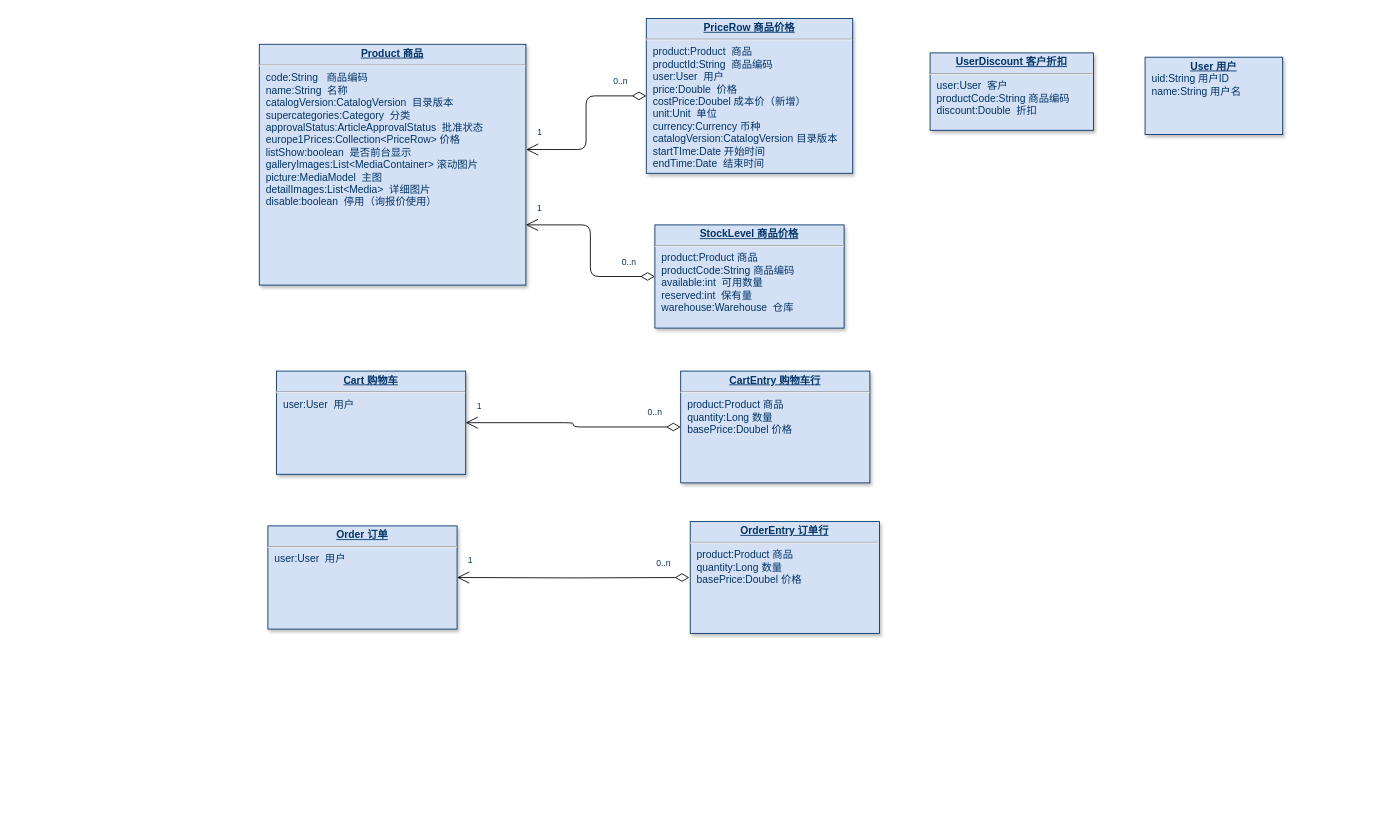
Above: 前台下单.drawio in rockywade/draw (draw.io), before the change. Source tidied: cells renumbered, new cells numbered last; positions are measured from the earlier drawing's top-left corner, leaving out a move shared by most shapes. Both pictures are drawn from the tidied source at 86%, with x=0, y=0 at pixel (259, 18).
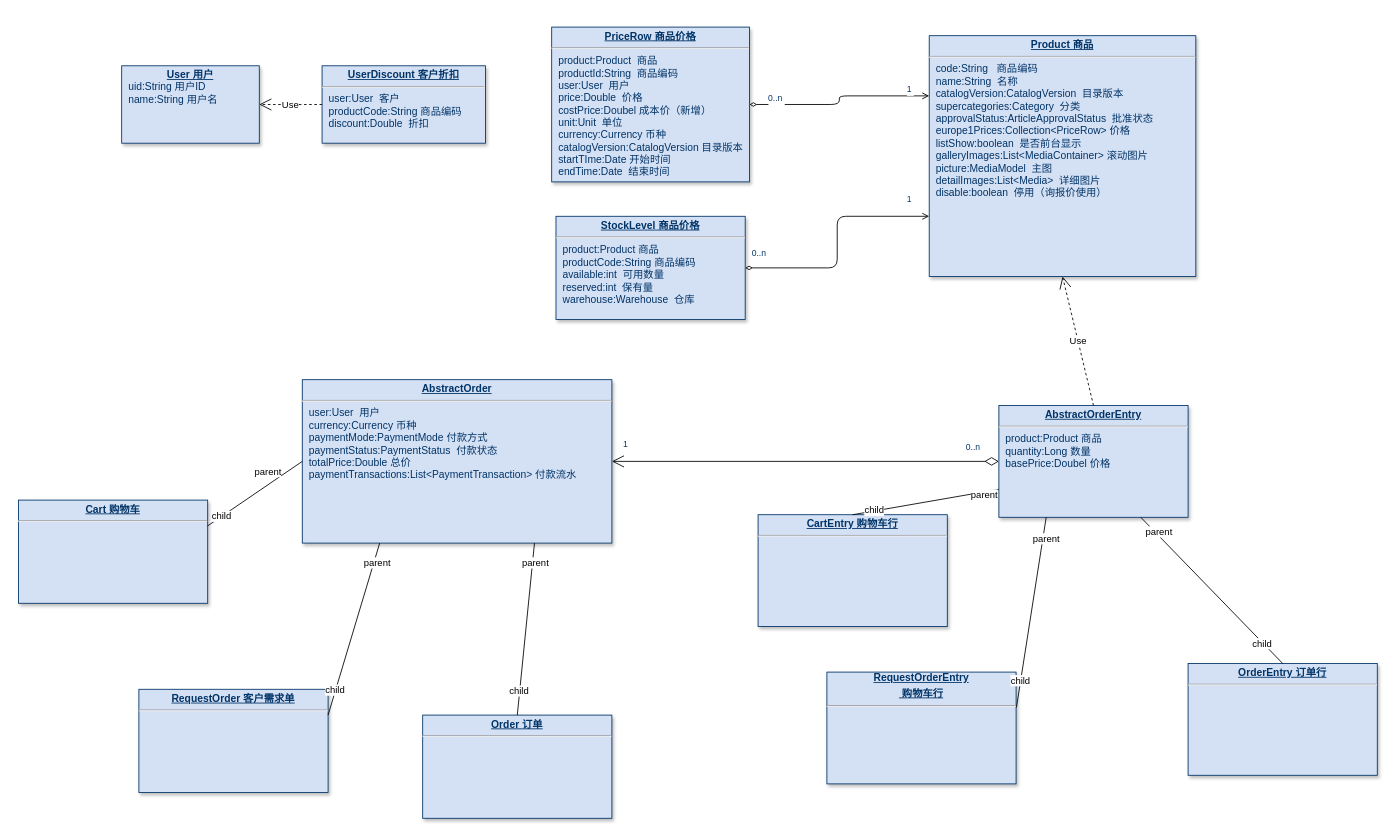
Above is the later version.

Change to the diagram source:
```diff
@@
     <mxCell id="2" value="&lt;p style=&quot;margin: 0px ; margin-top: 4px ; text-align: center ; text-decoration: underline&quot;&gt;&lt;b&gt;Product 商品&lt;/b&gt;&lt;/p&gt;&lt;hr&gt;&lt;p style=&quot;margin: 0px ; margin-left: 8px&quot;&gt;code:String&amp;nbsp; &amp;nbsp;商品编码&lt;/p&gt;&lt;p style=&quot;margin: 0px ; margin-left: 8px&quot;&gt;name:String&amp;nbsp; 名称&lt;/p&gt;&lt;p style=&quot;margin: 0px ; margin-left: 8px&quot;&gt;catalogVersion:CatalogVersion&amp;nbsp; 目录版本&lt;br&gt;&lt;/p&gt;&lt;p style=&quot;margin: 0px ; margin-left: 8px&quot;&gt;supercategories:Category&amp;nbsp; 分类&lt;br&gt;&lt;/p&gt;&lt;p style=&quot;margin: 0px ; margin-left: 8px&quot;&gt;approvalStatus:ArticleApprovalStatus&amp;nbsp; 批准状态&lt;br&gt;&lt;/p&gt;&lt;p style=&quot;margin: 0px ; margin-left: 8px&quot;&gt;europe1Prices:Collection&amp;lt;PriceRow&amp;gt; 价格&lt;br&gt;&lt;/p&gt;&lt;p style=&quot;margin: 0px ; margin-left: 8px&quot;&gt;listShow:boolean&amp;nbsp; 是否前台显示&lt;br&gt;&lt;/p&gt;&lt;p style=&quot;margin: 0px ; margin-left: 8px&quot;&gt;galleryImages:List&amp;lt;MediaContainer&amp;gt; 滚动图片&lt;br&gt;&lt;/p&gt;&lt;p style=&quot;margin: 0px ; margin-left: 8px&quot;&gt;picture:MediaModel&amp;nbsp; 主图&lt;/p&gt;&lt;p style=&quot;margin: 0px ; margin-left: 8px&quot;&gt;detailImages:List&amp;lt;Media&amp;gt;&amp;nbsp; 详细图片&lt;br&gt;&lt;/p&gt;&lt;p style=&quot;margin: 0px ; margin-left: 8px&quot;&gt;disable:boolean&amp;nbsp; 停用（询报价使用）&lt;br&gt;&lt;/p&gt;&lt;p style=&quot;margin: 0px ; margin-left: 8px&quot;&gt;&lt;br&gt;&lt;/p&gt;" style="verticalAlign=top;align=left;overflow=fill;fontSize=12;fontFamily=Helvetica;html=1;strokeColor=#003366;shadow=1;fillColor=#D4E1F5;fontColor=#003366;" parent="1" vertex="1">
-      <mxGeometry y="30" width="310" height="280" as="geometry" />
+      <mxGeometry x="779" y="20" width="310" height="280" as="geometry" />
     </mxCell>
     <mxCell id="3" value="&lt;p style=&quot;margin: 0px ; margin-top: 4px ; text-align: center ; text-decoration: underline&quot;&gt;&lt;b&gt;PriceRow 商品价格&lt;/b&gt;&lt;/p&gt;&lt;hr&gt;&lt;p style=&quot;margin: 0px ; margin-left: 8px&quot;&gt;product:Product&amp;nbsp; 商品&lt;br&gt;&lt;/p&gt;&lt;p style=&quot;margin: 0px ; margin-left: 8px&quot;&gt;productId:String&amp;nbsp; 商品编码&lt;br&gt;&lt;/p&gt;&lt;p style=&quot;margin: 0px ; margin-left: 8px&quot;&gt;user:User&amp;nbsp; 用户&lt;br&gt;&lt;/p&gt;&lt;p style=&quot;margin: 0px ; margin-left: 8px&quot;&gt;price:Double&amp;nbsp; 价格&lt;br&gt;&lt;/p&gt;&lt;p style=&quot;margin: 0px ; margin-left: 8px&quot;&gt;costPrice:Doubel 成本价（新增）&lt;/p&gt;&lt;p style=&quot;margin: 0px ; margin-left: 8px&quot;&gt;unit:Unit&amp;nbsp; 单位&lt;br&gt;&lt;/p&gt;&lt;p style=&quot;margin: 0px ; margin-left: 8px&quot;&gt;currency:Currency 币种&lt;br&gt;&lt;/p&gt;&lt;p style=&quot;margin: 0px ; margin-left: 8px&quot;&gt;catalogVersion:CatalogVersion 目录版本&lt;/p&gt;&lt;p style=&quot;margin: 0px ; margin-left: 8px&quot;&gt;startTIme:Date 开始时间&lt;/p&gt;&lt;p style=&quot;margin: 0px ; margin-left: 8px&quot;&gt;endTime:Date&amp;nbsp; 结束时间&lt;/p&gt;" style="verticalAlign=top;align=left;overflow=fill;fontSize=12;fontFamily=Helvetica;html=1;strokeColor=#003366;shadow=1;fillColor=#D4E1F5;fontColor=#003366;" parent="1" vertex="1">
-      <mxGeometry x="450" width="240" height="180" as="geometry" />
+      <mxGeometry x="340" y="10" width="230" height="180" as="geometry" />
     </mxCell>
     <mxCell id="4" value="&lt;p style=&quot;margin: 0px ; margin-top: 4px ; text-align: center ; text-decoration: underline&quot;&gt;&lt;b&gt;StockLevel 商品价格&lt;/b&gt;&lt;/p&gt;&lt;hr&gt;&lt;p style=&quot;margin: 0px ; margin-left: 8px&quot;&gt;product:Product 商品&lt;br&gt;&lt;/p&gt;&lt;p style=&quot;margin: 0px ; margin-left: 8px&quot;&gt;productCode:String 商品编码&lt;/p&gt;&lt;p style=&quot;margin: 0px ; margin-left: 8px&quot;&gt;available:int&amp;nbsp; 可用数量&lt;br&gt;&lt;/p&gt;&lt;p style=&quot;margin: 0px ; margin-left: 8px&quot;&gt;reserved:int&amp;nbsp; 保有量&lt;br&gt;&lt;/p&gt;&lt;p style=&quot;margin: 0px ; margin-left: 8px&quot;&gt;warehouse:Warehouse&amp;nbsp; 仓库&lt;br&gt;&lt;/p&gt;" style="verticalAlign=top;align=left;overflow=fill;fontSize=12;fontFamily=Helvetica;html=1;strokeColor=#003366;shadow=1;fillColor=#D4E1F5;fontColor=#003366;" parent="1" vertex="1">
-      <mxGeometry x="460" y="240" width="220" height="120" as="geometry" />
+      <mxGeometry x="345" y="230" width="220" height="120" as="geometry" />
     </mxCell>
-    <mxCell id="5" style="endArrow=open;endSize=12;startArrow=diamondThin;startSize=14;startFill=0;edgeStyle=orthogonalEdgeStyle;entryX=1.001;entryY=0.437;entryDx=0;entryDy=0;entryPerimeter=0;exitX=0;exitY=0.5;exitDx=0;exitDy=0;" parent="1" edge="1" source="3" target="2">
-      <mxGeometry x="549.4" y="-280" as="geometry" />
-    </mxCell>
-    <mxCell id="6" value="0..n" style="align=left;verticalAlign=top;labelBackgroundColor=#ffffff;fontSize=10;strokeColor=#003366;shadow=1;fillColor=#D4E1F5;fontColor=#003366;" parent="5" vertex="1">
-      <mxGeometry x="-1" relative="1" as="geometry">
-        <mxPoint x="-40" y="-29" as="offset" />
-      </mxGeometry>
-    </mxCell>
-    <mxCell id="7" value="1" style="align=right;verticalAlign=top;labelBackgroundColor=#ffffff;fontSize=10;strokeColor=#003366;shadow=1;fillColor=#D4E1F5;fontColor=#003366;" parent="5" vertex="1">
-      <mxGeometry x="1" relative="1" as="geometry">
-        <mxPoint x="20" y="-32" as="offset" />
-      </mxGeometry>
-    </mxCell>
-    <mxCell id="8" style="endArrow=open;endSize=12;startArrow=diamondThin;startSize=14;startFill=0;edgeStyle=orthogonalEdgeStyle;entryX=1;entryY=0.75;entryDx=0;entryDy=0;exitX=0;exitY=0.5;exitDx=0;exitDy=0;" parent="1" edge="1" source="4" target="2">
+    <mxCell id="8" style="endArrow=open;startArrow=diamondThin;startFill=0;edgeStyle=orthogonalEdgeStyle;entryX=0;entryY=0.75;entryDx=0;entryDy=0;exitX=1;exitY=0.5;exitDx=0;exitDy=0;" parent="1" edge="1" source="4" target="2">
       <mxGeometry x="559.4" y="-270" as="geometry" />
     </mxCell>
     <mxCell id="9" value="0..n" style="align=left;verticalAlign=top;labelBackgroundColor=#ffffff;fontSize=10;strokeColor=#003366;shadow=1;fillColor=#D4E1F5;fontColor=#003366;" parent="8" vertex="1">
       <mxGeometry x="-1" relative="1" as="geometry">
-        <mxPoint x="-40" y="-29" as="offset" />
+        <mxPoint x="6" y="-29" as="offset" />
       </mxGeometry>
     </mxCell>
     <mxCell id="10" value="1" style="align=right;verticalAlign=top;labelBackgroundColor=#ffffff;fontSize=10;strokeColor=#003366;shadow=1;fillColor=#D4E1F5;fontColor=#003366;" parent="8" vertex="1">
       <mxGeometry x="1" relative="1" as="geometry">
-        <mxPoint x="20" y="-32" as="offset" />
+        <mxPoint x="-19" y="-32" as="offset" />
       </mxGeometry>
     </mxCell>
     <mxCell id="11" value="&lt;p style=&quot;margin: 0px ; margin-top: 4px ; text-align: center ; text-decoration: underline&quot;&gt;&lt;b&gt;UserDiscount 客户折扣&lt;/b&gt;&lt;/p&gt;&lt;hr&gt;&lt;p style=&quot;margin: 0px ; margin-left: 8px&quot;&gt;user:User&amp;nbsp; 客户&lt;/p&gt;&lt;p style=&quot;margin: 0px ; margin-left: 8px&quot;&gt;productCode:String 商品编码&lt;/p&gt;&lt;p style=&quot;margin: 0px ; margin-left: 8px&quot;&gt;discount:Double&amp;nbsp; 折扣&lt;/p&gt;" style="verticalAlign=top;align=left;overflow=fill;fontSize=12;fontFamily=Helvetica;html=1;strokeColor=#003366;shadow=1;fillColor=#D4E1F5;fontColor=#003366;" parent="1" vertex="1">
-      <mxGeometry x="780" y="40" width="190" height="90" as="geometry" />
+      <mxGeometry x="73" y="55" width="190" height="90" as="geometry" />
     </mxCell>
     <mxCell id="12" value="&lt;p style=&quot;margin: 0px ; margin-top: 4px ; text-align: center ; text-decoration: underline&quot;&gt;&lt;b&gt;User 用户&lt;/b&gt;&lt;/p&gt;&lt;p style=&quot;margin: 0px ; margin-left: 8px&quot;&gt;uid:String 用户ID&lt;/p&gt;&lt;p style=&quot;margin: 0px ; margin-left: 8px&quot;&gt;name:String 用户名&lt;/p&gt;" style="verticalAlign=top;align=left;overflow=fill;fontSize=12;fontFamily=Helvetica;html=1;strokeColor=#003366;shadow=1;fillColor=#D4E1F5;fontColor=#003366;" parent="1" vertex="1">
-      <mxGeometry x="1030" y="45" width="160" height="90" as="geometry" />
+      <mxGeometry x="-160" y="55" width="160" height="90" as="geometry" />
     </mxCell>
-    <mxCell id="13" value="&lt;p style=&quot;margin: 0px ; margin-top: 4px ; text-align: center ; text-decoration: underline&quot;&gt;&lt;b&gt;Cart 购物车&lt;/b&gt;&lt;/p&gt;&lt;hr&gt;&lt;p style=&quot;margin: 0px ; margin-left: 8px&quot;&gt;user:User&amp;nbsp; 用户&lt;/p&gt;" style="verticalAlign=top;align=left;overflow=fill;fontSize=12;fontFamily=Helvetica;html=1;strokeColor=#003366;shadow=1;fillColor=#D4E1F5;fontColor=#003366;" parent="1" vertex="1">
-      <mxGeometry x="20" y="410" width="220" height="120" as="geometry" />
+    <mxCell id="13" value="&lt;p style=&quot;margin: 0px ; margin-top: 4px ; text-align: center ; text-decoration: underline&quot;&gt;&lt;b&gt;Cart 购物车&lt;/b&gt;&lt;/p&gt;&lt;hr&gt;&lt;p style=&quot;margin: 0px ; margin-left: 8px&quot;&gt;&lt;br&gt;&lt;/p&gt;" style="verticalAlign=top;align=left;overflow=fill;fontSize=12;fontFamily=Helvetica;html=1;strokeColor=#003366;shadow=1;fillColor=#D4E1F5;fontColor=#003366;" parent="1" vertex="1">
+      <mxGeometry x="-280" y="560" width="220" height="120" as="geometry" />
     </mxCell>
-    <mxCell id="14" value="&lt;p style=&quot;margin: 0px ; margin-top: 4px ; text-align: center ; text-decoration: underline&quot;&gt;&lt;b&gt;CartEntry 购物车行&lt;/b&gt;&lt;/p&gt;&lt;hr&gt;&lt;p style=&quot;margin: 0px ; margin-left: 8px&quot;&gt;product:Product 商品&lt;br&gt;&lt;/p&gt;&lt;p style=&quot;margin: 0px ; margin-left: 8px&quot;&gt;quantity:Long 数量&lt;/p&gt;&lt;p style=&quot;margin: 0px ; margin-left: 8px&quot;&gt;basePrice:Doubel 价格&lt;/p&gt;" style="verticalAlign=top;align=left;overflow=fill;fontSize=12;fontFamily=Helvetica;html=1;strokeColor=#003366;shadow=1;fillColor=#D4E1F5;fontColor=#003366;" parent="1" vertex="1">
-      <mxGeometry x="490" y="410" width="220" height="130" as="geometry" />
+    <mxCell id="14" value="&lt;p style=&quot;margin: 0px ; margin-top: 4px ; text-align: center ; text-decoration: underline&quot;&gt;&lt;b&gt;CartEntry 购物车行&lt;/b&gt;&lt;/p&gt;&lt;hr&gt;&lt;p style=&quot;margin: 0px ; margin-left: 8px&quot;&gt;&lt;br&gt;&lt;/p&gt;" style="verticalAlign=top;align=left;overflow=fill;fontSize=12;fontFamily=Helvetica;html=1;strokeColor=#003366;shadow=1;fillColor=#D4E1F5;fontColor=#003366;" parent="1" vertex="1">
+      <mxGeometry x="580" y="577" width="220" height="130" as="geometry" />
     </mxCell>
-    <mxCell id="15" value="&lt;p style=&quot;margin: 0px ; margin-top: 4px ; text-align: center ; text-decoration: underline&quot;&gt;&lt;b&gt;Order 订单&lt;/b&gt;&lt;/p&gt;&lt;hr&gt;&lt;p style=&quot;margin: 0px ; margin-left: 8px&quot;&gt;user:User&amp;nbsp; 用户&lt;/p&gt;" style="verticalAlign=top;align=left;overflow=fill;fontSize=12;fontFamily=Helvetica;html=1;strokeColor=#003366;shadow=1;fillColor=#D4E1F5;fontColor=#003366;" parent="1" vertex="1">
-      <mxGeometry x="10" y="590" width="220" height="120" as="geometry" />
+    <mxCell id="15" value="&lt;p style=&quot;margin: 0px ; margin-top: 4px ; text-align: center ; text-decoration: underline&quot;&gt;&lt;b&gt;Order 订单&lt;/b&gt;&lt;/p&gt;&lt;hr&gt;&lt;p style=&quot;margin: 0px ; margin-left: 8px&quot;&gt;&lt;br&gt;&lt;/p&gt;" style="verticalAlign=top;align=left;overflow=fill;fontSize=12;fontFamily=Helvetica;html=1;strokeColor=#003366;shadow=1;fillColor=#D4E1F5;fontColor=#003366;" parent="1" vertex="1">
+      <mxGeometry x="190" y="810" width="220" height="120" as="geometry" />
     </mxCell>
-    <mxCell id="16" value="&lt;p style=&quot;margin: 0px ; margin-top: 4px ; text-align: center ; text-decoration: underline&quot;&gt;&lt;b&gt;OrderEntry 订单行&lt;/b&gt;&lt;/p&gt;&lt;hr&gt;&lt;p style=&quot;margin: 0px ; margin-left: 8px&quot;&gt;product:Product 商品&lt;br&gt;&lt;/p&gt;&lt;p style=&quot;margin: 0px ; margin-left: 8px&quot;&gt;quantity:Long 数量&lt;/p&gt;&lt;p style=&quot;margin: 0px ; margin-left: 8px&quot;&gt;basePrice:Doubel 价格&lt;/p&gt;" style="verticalAlign=top;align=left;overflow=fill;fontSize=12;fontFamily=Helvetica;html=1;strokeColor=#003366;shadow=1;fillColor=#D4E1F5;fontColor=#003366;" parent="1" vertex="1">
-      <mxGeometry x="501.1" y="585" width="220" height="130" as="geometry" />
+    <mxCell id="16" value="&lt;p style=&quot;margin: 0px ; margin-top: 4px ; text-align: center ; text-decoration: underline&quot;&gt;&lt;b&gt;OrderEntry 订单行&lt;/b&gt;&lt;/p&gt;&lt;hr&gt;&lt;p style=&quot;margin: 0px ; margin-left: 8px&quot;&gt;&lt;br&gt;&lt;/p&gt;" style="verticalAlign=top;align=left;overflow=fill;fontSize=12;fontFamily=Helvetica;html=1;strokeColor=#003366;shadow=1;fillColor=#D4E1F5;fontColor=#003366;" parent="1" vertex="1">
+      <mxGeometry x="1080" y="750" width="220" height="130" as="geometry" />
     </mxCell>
-    <mxCell id="17" style="endArrow=open;endSize=12;startArrow=diamondThin;startSize=14;startFill=0;edgeStyle=orthogonalEdgeStyle;entryX=1;entryY=0.5;entryDx=0;entryDy=0;exitX=0;exitY=0.5;exitDx=0;exitDy=0;" parent="1" edge="1" source="14" target="13">
-      <mxGeometry x="569.4" y="-260" as="geometry" />
+    <mxCell id="17" style="endArrow=open;endSize=12;startArrow=diamondThin;startSize=14;startFill=0;edgeStyle=orthogonalEdgeStyle;entryX=1;entryY=0.5;entryDx=0;entryDy=0;exitX=0;exitY=0.5;exitDx=0;exitDy=0;" parent="1" edge="1" source="24" target="23">
+      <mxGeometry x="569.4" y="-98" as="geometry" />
     </mxCell>
@@
-    <mxCell id="20" style="endArrow=open;endSize=12;startArrow=diamondThin;startSize=14;startFill=0;edgeStyle=orthogonalEdgeStyle;entryX=1;entryY=0.5;entryDx=0;entryDy=0;" parent="1" edge="1" target="15">
-      <mxGeometry x="579.4" y="-250" as="geometry">
-        <mxPoint x="500" y="650" as="sourcePoint" />
-      </mxGeometry>
-    </mxCell>
-    <mxCell id="21" value="0..n" style="align=left;verticalAlign=top;labelBackgroundColor=#ffffff;fontSize=10;strokeColor=#003366;shadow=1;fillColor=#D4E1F5;fontColor=#003366;" parent="20" vertex="1">
-      <mxGeometry x="-1" relative="1" as="geometry">
-        <mxPoint x="-40" y="-29" as="offset" />
-      </mxGeometry>
-    </mxCell>
-    <mxCell id="22" value="1" style="align=right;verticalAlign=top;labelBackgroundColor=#ffffff;fontSize=10;strokeColor=#003366;shadow=1;fillColor=#D4E1F5;fontColor=#003366;" parent="20" vertex="1">
-      <mxGeometry x="1" relative="1" as="geometry">
-        <mxPoint x="20" y="-32" as="offset" />
-      </mxGeometry>
-    </mxCell>
+    <mxCell id="23" value="&lt;p style=&quot;margin: 0px ; margin-top: 4px ; text-align: center ; text-decoration: underline&quot;&gt;&lt;b&gt;AbstractOrder&lt;/b&gt;&lt;/p&gt;&lt;hr&gt;&lt;p style=&quot;margin: 0px ; margin-left: 8px&quot;&gt;user:User&amp;nbsp; 用户&lt;/p&gt;&lt;p style=&quot;margin: 0px ; margin-left: 8px&quot;&gt;currency:Currency 币种&lt;br&gt;&lt;/p&gt;&lt;p style=&quot;margin: 0px ; margin-left: 8px&quot;&gt;paymentMode:PaymentMode 付款方式&lt;br&gt;&lt;/p&gt;&lt;p style=&quot;margin: 0px ; margin-left: 8px&quot;&gt;paymentStatus:PaymentStatus&amp;nbsp; 付款状态&lt;br&gt;&lt;/p&gt;&lt;p style=&quot;margin: 0px ; margin-left: 8px&quot;&gt;totalPrice:Double 总价&lt;br&gt;&lt;/p&gt;&lt;p style=&quot;margin: 0px ; margin-left: 8px&quot;&gt;paymentTransactions:List&amp;lt;PaymentTransaction&amp;gt; 付款流水&lt;br&gt;&lt;/p&gt;" style="verticalAlign=top;align=left;overflow=fill;fontSize=12;fontFamily=Helvetica;html=1;strokeColor=#003366;shadow=1;fillColor=#D4E1F5;fontColor=#003366;" parent="1" vertex="1">
+      <mxGeometry x="50" y="420" width="360" height="190" as="geometry" />
+    </mxCell>
+    <mxCell id="24" value="&lt;p style=&quot;margin: 0px ; margin-top: 4px ; text-align: center ; text-decoration: underline&quot;&gt;&lt;b&gt;AbstractOrderEntry&lt;/b&gt;&lt;/p&gt;&lt;hr&gt;&lt;p style=&quot;margin: 0px ; margin-left: 8px&quot;&gt;product:Product 商品&lt;br&gt;&lt;/p&gt;&lt;p style=&quot;margin: 0px ; margin-left: 8px&quot;&gt;quantity:Long 数量&lt;/p&gt;&lt;p style=&quot;margin: 0px ; margin-left: 8px&quot;&gt;basePrice:Doubel 价格&lt;/p&gt;" style="verticalAlign=top;align=left;overflow=fill;fontSize=12;fontFamily=Helvetica;html=1;strokeColor=#003366;shadow=1;fillColor=#D4E1F5;fontColor=#003366;" parent="1" vertex="1">
+      <mxGeometry x="860" y="450" width="220" height="130" as="geometry" />
+    </mxCell>
+    <mxCell id="25" style="endArrow=none;html=1;rounded=1;exitX=1;exitY=0.25;exitDx=0;exitDy=0;entryX=0;entryY=0.5;entryDx=0;entryDy=0;" parent="1" edge="1" source="13" target="23">
+      <mxGeometry relative="1" as="geometry" />
+    </mxCell>
+    <mxCell id="26" value="child" style="edgeLabel;html=1;align=center;verticalAlign=middle;" parent="25" vertex="1">
+      <mxGeometry x="-0.71" y="1" relative="1" as="geometry" />
+    </mxCell>
+    <mxCell id="27" value="parent" style="edgeLabel;html=1;align=center;verticalAlign=middle;" parent="25" vertex="1">
+      <mxGeometry x="0.78" y="-3" relative="1" as="geometry">
+        <mxPoint x="-30" as="offset" />
+      </mxGeometry>
+    </mxCell>
+    <mxCell id="28" value="&lt;p style=&quot;margin: 0px ; margin-top: 4px ; text-align: center ; text-decoration: underline&quot;&gt;&lt;b&gt;RequestOrder 客户需求单&lt;/b&gt;&lt;/p&gt;&lt;hr&gt;&lt;p style=&quot;margin: 0px ; margin-left: 8px&quot;&gt;&lt;br&gt;&lt;/p&gt;" style="verticalAlign=top;align=left;overflow=fill;fontSize=12;fontFamily=Helvetica;html=1;strokeColor=#003366;shadow=1;fillColor=#D4E1F5;fontColor=#003366;" parent="1" vertex="1">
+      <mxGeometry x="-140" y="780" width="220" height="120" as="geometry" />
+    </mxCell>
+    <mxCell id="29" style="endArrow=none;html=1;rounded=1;exitX=1;exitY=0.25;exitDx=0;exitDy=0;entryX=0.25;entryY=1;entryDx=0;entryDy=0;" parent="1" edge="1" source="28" target="23">
+      <mxGeometry relative="1" as="geometry" />
+    </mxCell>
+    <mxCell id="30" value="child" style="edgeLabel;html=1;align=center;verticalAlign=middle;" parent="29" vertex="1">
+      <mxGeometry x="-0.71" y="1" relative="1" as="geometry" />
+    </mxCell>
+    <mxCell id="31" value="parent" style="edgeLabel;html=1;align=center;verticalAlign=middle;" parent="29" vertex="1">
+      <mxGeometry x="0.78" y="-3" relative="1" as="geometry" />
+    </mxCell>
+    <mxCell id="32" style="endArrow=none;html=1;rounded=1;exitX=0.5;exitY=0;exitDx=0;exitDy=0;entryX=0.75;entryY=1;entryDx=0;entryDy=0;" parent="1" edge="1" source="15" target="23">
+      <mxGeometry relative="1" as="geometry" />
+    </mxCell>
+    <mxCell id="33" value="child" style="edgeLabel;html=1;align=center;verticalAlign=middle;" parent="32" vertex="1">
+      <mxGeometry x="-0.71" y="1" relative="1" as="geometry" />
+    </mxCell>
+    <mxCell id="34" value="parent" style="edgeLabel;html=1;align=center;verticalAlign=middle;" parent="32" vertex="1">
+      <mxGeometry x="0.78" y="-3" relative="1" as="geometry" />
+    </mxCell>
+    <mxCell id="35" value="&lt;div style=&quot;text-align: center&quot;&gt;&lt;span&gt;&lt;b&gt;&lt;u&gt;RequestOrderEntry&lt;/u&gt;&lt;/b&gt;&lt;/span&gt;&lt;/div&gt;&lt;p style=&quot;margin: 0px ; margin-top: 4px ; text-align: center ; text-decoration: underline&quot;&gt;&lt;b&gt;&amp;nbsp;购物车行&lt;/b&gt;&lt;/p&gt;&lt;hr&gt;&lt;p style=&quot;margin: 0px ; margin-left: 8px&quot;&gt;&lt;br&gt;&lt;/p&gt;" style="verticalAlign=top;align=left;overflow=fill;fontSize=12;fontFamily=Helvetica;html=1;strokeColor=#003366;shadow=1;fillColor=#D4E1F5;fontColor=#003366;" parent="1" vertex="1">
+      <mxGeometry x="660" y="760" width="220" height="130" as="geometry" />
+    </mxCell>
+    <mxCell id="36" style="endArrow=none;html=1;rounded=1;exitX=0.5;exitY=0;exitDx=0;exitDy=0;entryX=0;entryY=0.75;entryDx=0;entryDy=0;" parent="1" edge="1" source="14" target="24">
+      <mxGeometry relative="1" as="geometry" />
+    </mxCell>
+    <mxCell id="37" value="child" style="edgeLabel;html=1;align=center;verticalAlign=middle;" parent="36" vertex="1">
+      <mxGeometry x="-0.71" y="1" relative="1" as="geometry" />
+    </mxCell>
+    <mxCell id="38" value="parent" style="edgeLabel;html=1;align=center;verticalAlign=middle;" parent="36" vertex="1">
+      <mxGeometry x="0.78" y="-3" relative="1" as="geometry" />
+    </mxCell>
+    <mxCell id="39" style="endArrow=none;html=1;rounded=1;exitX=1.002;exitY=0.316;exitDx=0;exitDy=0;entryX=0.25;entryY=1;entryDx=0;entryDy=0;exitPerimeter=0;" parent="1" edge="1" source="35" target="24">
+      <mxGeometry relative="1" as="geometry" />
+    </mxCell>
+    <mxCell id="40" value="child" style="edgeLabel;html=1;align=center;verticalAlign=middle;" parent="39" vertex="1">
+      <mxGeometry x="-0.71" y="1" relative="1" as="geometry" />
+    </mxCell>
+    <mxCell id="41" value="parent" style="edgeLabel;html=1;align=center;verticalAlign=middle;" parent="39" vertex="1">
+      <mxGeometry x="0.78" y="-3" relative="1" as="geometry" />
+    </mxCell>
+    <mxCell id="42" style="endArrow=none;html=1;rounded=1;exitX=0.5;exitY=0;exitDx=0;exitDy=0;entryX=0.75;entryY=1;entryDx=0;entryDy=0;" parent="1" edge="1" source="16" target="24">
+      <mxGeometry relative="1" as="geometry" />
+    </mxCell>
+    <mxCell id="43" value="child" style="edgeLabel;html=1;align=center;verticalAlign=middle;" parent="42" vertex="1">
+      <mxGeometry x="-0.71" y="1" relative="1" as="geometry" />
+    </mxCell>
+    <mxCell id="44" value="parent" style="edgeLabel;html=1;align=center;verticalAlign=middle;" parent="42" vertex="1">
+      <mxGeometry x="0.78" y="-3" relative="1" as="geometry" />
+    </mxCell>
+    <mxCell id="5" style="endArrow=open;startArrow=diamondThin;startFill=0;edgeStyle=orthogonalEdgeStyle;entryX=0;entryY=0.25;entryDx=0;entryDy=0;" parent="1" edge="1" source="3" target="2">
+      <mxGeometry x="569.4" y="-260" as="geometry" />
+    </mxCell>
+    <mxCell id="45" value="0..n" style="align=left;verticalAlign=top;labelBackgroundColor=#ffffff;fontSize=10;strokeColor=#003366;shadow=1;fillColor=#D4E1F5;fontColor=#003366;" parent="5" vertex="1">
+      <mxGeometry x="-1" relative="1" as="geometry">
+        <mxPoint x="20" y="-20" as="offset" />
+      </mxGeometry>
+    </mxCell>
+    <mxCell id="46" value="1" style="align=right;verticalAlign=top;labelBackgroundColor=#ffffff;fontSize=10;strokeColor=#003366;shadow=1;fillColor=#D4E1F5;fontColor=#003366;" parent="5" vertex="1">
+      <mxGeometry x="1" relative="1" as="geometry">
+        <mxPoint x="-19" y="-20" as="offset" />
+      </mxGeometry>
+    </mxCell>
+    <mxCell id="47" value="Use" style="endArrow=open;endSize=12;dashed=1;html=1;rounded=1;entryX=0.5;entryY=1;entryDx=0;entryDy=0;exitX=0.5;exitY=0;exitDx=0;exitDy=0;" parent="1" edge="1" source="24" target="2">
+      <mxGeometry relative="1" as="geometry" />
+    </mxCell>
+    <mxCell id="48" value="Use" style="endArrow=open;endSize=12;dashed=1;html=1;rounded=1;entryX=1;entryY=0.5;entryDx=0;entryDy=0;" parent="1" edge="1" source="11" target="12">
+      <mxGeometry relative="1" as="geometry" />
+    </mxCell>
```
